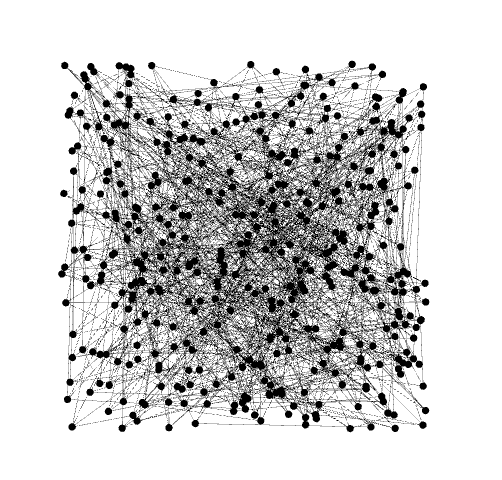
isailg/GraphLibrary keeps this Graphviz diagram as Graph Images/Malla30.png. Above is the earlier version. Its source is kept beside it as GraphViz/Malla30.gv. Its diagram source:
```dot
graph Malla30 {
0 -- 1;
0 -- 15;
1 -- 2;
1 -- 16;
2 -- 3;
2 -- 17;
3 -- 4;
3 -- 18;
4 -- 5;
4 -- 19;
5 -- 6;
5 -- 20;
6 -- 7;
6 -- 21;
7 -- 8;
7 -- 22;
8 -- 9;
8 -- 23;
9 -- 10;
9 -- 24;
10 -- 11;
10 -- 25;
11 -- 12;
11 -- 26;
12 -- 13;
12 -- 27;
13 -- 14;
13 -- 28;
14 -- 29;
15 -- 16;
15 -- 30;
16 -- 17;
16 -- 31;
17 -- 18;
17 -- 32;
18 -- 19;
18 -- 33;
19 -- 20;
19 -- 34;
20 -- 21;
20 -- 35;
21 -- 22;
21 -- 36;
22 -- 23;
22 -- 37;
23 -- 24;
23 -- 38;
24 -- 25;
24 -- 39;
25 -- 26;
25 -- 40;
26 -- 27;
26 -- 41;
27 -- 28;
27 -- 42;
28 -- 29;
28 -- 43;
29 -- 44;
30 -- 31;
30 -- 45;
31 -- 32;
31 -- 46;
32 -- 33;
32 -- 47;
33 -- 34;
33 -- 48;
34 -- 35;
34 -- 49;
35 -- 36;
35 -- 50;
36 -- 37;
36 -- 51;
37 -- 38;
37 -- 52;
38 -- 39;
38 -- 53;
39 -- 40;
39 -- 54;
40 -- 41;
40 -- 55;
41 -- 42;
41 -- 56;
42 -- 43;
42 -- 57;
43 -- 44;
43 -- 58;
44 -- 59;
45 -- 46;
45 -- 60;
46 -- 47;
46 -- 61;
47 -- 48;
47 -- 62;
48 -- 49;
48 -- 63;
49 -- 50;
49 -- 64;
50 -- 51;
50 -- 65;
51 -- 52;
51 -- 66;
52 -- 53;
52 -- 67;
53 -- 54;
53 -- 68;
54 -- 55;
54 -- 69;
55 -- 56;
55 -- 70;
56 -- 57;
56 -- 71;
57 -- 58;
57 -- 72;
58 -- 59;
58 -- 73;
59 -- 74;
60 -- 61;
60 -- 75;
61 -- 62;
61 -- 76;
62 -- 63;
62 -- 77;
63 -- 64;
63 -- 78;
64 -- 65;
64 -- 79;
65 -- 66;
65 -- 80;
66 -- 67;
66 -- 81;
67 -- 68;
67 -- 82;
68 -- 69;
68 -- 83;
69 -- 70;
69 -- 84;
70 -- 71;
70 -- 85;
71 -- 72;
71 -- 86;
72 -- 73;
72 -- 87;
73 -- 74;
73 -- 88;
74 -- 89;
75 -- 76;
75 -- 90;
76 -- 77;
76 -- 91;
77 -- 78;
77 -- 92;
78 -- 79;
78 -- 93;
79 -- 80;
79 -- 94;
80 -- 81;
80 -- 95;
81 -- 82;
81 -- 96;
82 -- 83;
82 -- 97;
83 -- 84;
83 -- 98;
84 -- 85;
84 -- 99;
85 -- 86;
85 -- 100;
86 -- 87;
86 -- 101;
87 -- 88;
87 -- 102;
88 -- 89;
88 -- 103;
89 -- 104;
90 -- 91;
90 -- 105;
91 -- 92;
91 -- 106;
92 -- 93;
92 -- 107;
93 -- 94;
93 -- 108;
94 -- 95;
94 -- 109;
95 -- 96;
95 -- 110;
96 -- 97;
96 -- 111;
97 -- 98;
97 -- 112;
98 -- 99;
98 -- 113;
99 -- 100;
99 -- 114;
100 -- 101;
100 -- 115;
101 -- 102;
101 -- 116;
102 -- 103;
102 -- 117;
103 -- 104;
103 -- 118;
104 -- 119;
105 -- 106;
105 -- 120;
106 -- 107;
106 -- 121;
107 -- 108;
107 -- 122;
108 -- 109;
108 -- 123;
109 -- 110;
109 -- 124;
110 -- 111;
110 -- 125;
111 -- 112;
111 -- 126;
112 -- 113;
112 -- 127;
113 -- 114;
113 -- 128;
114 -- 115;
114 -- 129;
115 -- 116;
115 -- 130;
116 -- 117;
116 -- 131;
117 -- 118;
117 -- 132;
118 -- 119;
118 -- 133;
119 -- 134;
120 -- 121;
120 -- 135;
121 -- 122;
121 -- 136;
122 -- 123;
122 -- 137;
123 -- 124;
123 -- 138;
124 -- 125;
124 -- 139;
125 -- 126;
125 -- 140;
126 -- 127;
126 -- 141;
127 -- 128;
127 -- 142;
128 -- 129;
128 -- 143;
129 -- 130;
129 -- 144;
130 -- 131;
130 -- 145;
131 -- 132;
131 -- 146;
132 -- 133;
132 -- 147;
133 -- 134;
133 -- 148;
134 -- 149;
135 -- 136;
135 -- 150;
136 -- 137;
136 -- 151;
137 -- 138;
137 -- 152;
138 -- 139;
138 -- 153;
139 -- 140;
139 -- 154;
140 -- 141;
140 -- 155;
141 -- 142;
141 -- 156;
142 -- 143;
142 -- 157;
143 -- 144;
143 -- 158;
144 -- 145;
144 -- 159;
145 -- 146;
145 -- 160;
146 -- 147;
146 -- 161;
147 -- 148;
147 -- 162;
148 -- 149;
148 -- 163;
149 -- 164;
150 -- 151;
150 -- 165;
151 -- 152;
151 -- 166;
152 -- 153;
152 -- 167;
153 -- 154;
153 -- 168;
154 -- 155;
154 -- 169;
155 -- 156;
155 -- 170;
156 -- 157;
156 -- 171;
157 -- 158;
157 -- 172;
158 -- 159;
158 -- 173;
159 -- 160;
159 -- 174;
160 -- 161;
160 -- 175;
161 -- 162;
161 -- 176;
162 -- 163;
162 -- 177;
163 -- 164;
163 -- 178;
164 -- 179;
165 -- 166;
165 -- 180;
166 -- 167;
166 -- 181;
167 -- 168;
167 -- 182;
168 -- 169;
168 -- 183;
169 -- 170;
169 -- 184;
170 -- 171;
170 -- 185;
171 -- 172;
171 -- 186;
172 -- 173;
172 -- 187;
173 -- 174;
173 -- 188;
174 -- 175;
174 -- 189;
175 -- 176;
175 -- 190;
176 -- 177;
176 -- 191;
177 -- 178;
177 -- 192;
178 -- 179;
178 -- 193;
179 -- 194;
180 -- 181;
180 -- 195;
181 -- 182;
181 -- 196;
182 -- 183;
182 -- 197;
183 -- 184;
183 -- 198;
184 -- 185;
184 -- 199;
185 -- 186;
185 -- 200;
186 -- 187;
186 -- 201;
187 -- 188;
187 -- 202;
188 -- 189;
188 -- 203;
189 -- 190;
189 -- 204;
190 -- 191;
190 -- 205;
191 -- 192;
191 -- 206;
192 -- 193;
192 -- 207;
193 -- 194;
193 -- 208;
194 -- 209;
195 -- 196;
195 -- 210;
196 -- 197;
196 -- 211;
197 -- 198;
197 -- 212;
198 -- 199;
198 -- 213;
199 -- 200;
199 -- 214;
200 -- 201;
200 -- 215;
201 -- 202;
201 -- 216;
202 -- 203;
202 -- 217;
203 -- 204;
203 -- 218;
204 -- 205;
204 -- 219;
205 -- 206;
205 -- 220;
206 -- 207;
206 -- 221;
207 -- 208;
207 -- 222;
208 -- 209;
208 -- 223;
209 -- 224;
210 -- 211;
210 -- 225;
211 -- 212;
211 -- 226;
212 -- 213;
212 -- 227;
213 -- 214;
213 -- 228;
214 -- 215;
214 -- 229;
215 -- 216;
215 -- 230;
216 -- 217;
216 -- 231;
217 -- 218;
217 -- 232;
218 -- 219;
218 -- 233;
219 -- 220;
219 -- 234;
220 -- 221;
220 -- 235;
221 -- 222;
221 -- 236;
222 -- 223;
222 -- 237;
223 -- 224;
223 -- 238;
224 -- 239;
225 -- 226;
225 -- 240;
226 -- 227;
226 -- 241;
227 -- 228;
227 -- 242;
228 -- 229;
228 -- 243;
229 -- 230;
229 -- 244;
230 -- 231;
230 -- 245;
231 -- 232;
231 -- 246;
232 -- 233;
232 -- 247;
233 -- 234;
233 -- 248;
234 -- 235;
234 -- 249;
235 -- 236;
235 -- 250;
236 -- 237;
236 -- 251;
237 -- 238;
237 -- 252;
238 -- 239;
238 -- 253;
239 -- 254;
240 -- 241;
240 -- 255;
241 -- 242;
241 -- 256;
242 -- 243;
242 -- 257;
243 -- 244;
243 -- 258;
244 -- 245;
244 -- 259;
245 -- 246;
245 -- 260;
246 -- 247;
246 -- 261;
247 -- 248;
247 -- 262;
248 -- 249;
248 -- 263;
249 -- 250;
249 -- 264;
250 -- 251;
250 -- 265;
251 -- 252;
251 -- 266;
252 -- 253;
252 -- 267;
253 -- 254;
253 -- 268;
254 -- 269;
255 -- 256;
255 -- 270;
256 -- 257;
256 -- 271;
257 -- 258;
257 -- 272;
258 -- 259;
258 -- 273;
259 -- 260;
259 -- 274;
260 -- 261;
260 -- 275;
261 -- 262;
261 -- 276;
262 -- 263;
262 -- 277;
263 -- 264;
263 -- 278;
264 -- 265;
264 -- 279;
265 -- 266;
265 -- 280;
266 -- 267;
266 -- 281;
267 -- 268;
267 -- 282;
268 -- 269;
268 -- 283;
269 -- 284;
270 -- 271;
270 -- 285;
271 -- 272;
271 -- 286;
272 -- 273;
272 -- 287;
273 -- 274;
273 -- 288;
274 -- 275;
274 -- 289;
275 -- 276;
275 -- 290;
276 -- 277;
276 -- 291;
277 -- 278;
277 -- 292;
278 -- 279;
278 -- 293;
279 -- 280;
279 -- 294;
280 -- 281;
280 -- 295;
281 -- 282;
281 -- 296;
282 -- 283;
282 -- 297;
283 -- 284;
283 -- 298;
284 -- 299;
285 -- 286;
285 -- 300;
286 -- 287;
286 -- 301;
287 -- 288;
287 -- 302;
288 -- 289;
288 -- 303;
289 -- 290;
289 -- 304;
290 -- 291;
290 -- 305;
291 -- 292;
291 -- 306;
292 -- 293;
292 -- 307;
293 -- 294;
293 -- 308;
294 -- 295;
294 -- 309;
295 -- 296;
295 -- 310;
296 -- 297;
296 -- 311;
297 -- 298;
297 -- 312;
298 -- 299;
298 -- 313;
299 -- 314;
300 -- 301;
300 -- 315;
301 -- 302;
301 -- 316;
302 -- 303;
302 -- 317;
303 -- 304;
303 -- 318;
304 -- 305;
304 -- 319;
305 -- 306;
305 -- 320;
306 -- 307;
306 -- 321;
307 -- 308;
307 -- 322;
308 -- 309;
308 -- 323;
309 -- 310;
309 -- 324;
310 -- 311;
310 -- 325;
311 -- 312;
311 -- 326;
312 -- 313;
312 -- 327;
313 -- 314;
313 -- 328;
314 -- 329;
315 -- 316;
315 -- 330;
316 -- 317;
316 -- 331;
317 -- 318;
317 -- 332;
318 -- 319;
318 -- 333;
319 -- 320;
319 -- 334;
320 -- 321;
320 -- 335;
321 -- 322;
321 -- 336;
322 -- 323;
322 -- 337;
323 -- 324;
323 -- 338;
324 -- 325;
324 -- 339;
325 -- 326;
325 -- 340;
326 -- 327;
326 -- 341;
327 -- 328;
327 -- 342;
328 -- 329;
328 -- 343;
329 -- 344;
330 -- 331;
330 -- 345;
331 -- 332;
331 -- 346;
332 -- 333;
332 -- 347;
333 -- 334;
333 -- 348;
334 -- 335;
334 -- 349;
335 -- 336;
335 -- 350;
336 -- 337;
336 -- 351;
337 -- 338;
337 -- 352;
338 -- 339;
338 -- 353;
339 -- 340;
339 -- 354;
340 -- 341;
340 -- 355;
341 -- 342;
341 -- 356;
342 -- 343;
342 -- 357;
343 -- 344;
343 -- 358;
344 -- 359;
345 -- 346;
345 -- 360;
346 -- 347;
346 -- 361;
347 -- 348;
347 -- 362;
348 -- 349;
348 -- 363;
349 -- 350;
349 -- 364;
350 -- 351;
350 -- 365;
351 -- 352;
351 -- 366;
352 -- 353;
352 -- 367;
353 -- 354;
353 -- 368;
354 -- 355;
354 -- 369;
355 -- 356;
355 -- 370;
356 -- 357;
356 -- 371;
357 -- 358;
357 -- 372;
358 -- 359;
358 -- 373;
359 -- 374;
360 -- 361;
360 -- 375;
361 -- 362;
361 -- 376;
362 -- 363;
362 -- 377;
363 -- 364;
363 -- 378;
364 -- 365;
364 -- 379;
365 -- 366;
365 -- 380;
366 -- 367;
366 -- 381;
367 -- 368;
367 -- 382;
368 -- 369;
368 -- 383;
369 -- 370;
369 -- 384;
370 -- 371;
370 -- 385;
371 -- 372;
371 -- 386;
372 -- 373;
372 -- 387;
373 -- 374;
373 -- 388;
374 -- 389;
375 -- 376;
375 -- 390;
376 -- 377;
376 -- 391;
377 -- 378;
377 -- 392;
378 -- 379;
378 -- 393;
379 -- 380;
379 -- 394;
380 -- 381;
380 -- 395;
381 -- 382;
381 -- 396;
382 -- 383;
382 -- 397;
383 -- 384;
383 -- 398;
384 -- 385;
384 -- 399;
385 -- 386;
385 -- 400;
386 -- 387;
386 -- 401;
387 -- 388;
387 -- 402;
388 -- 389;
388 -- 403;
389 -- 404;
390 -- 391;
390 -- 405;
391 -- 392;
391 -- 406;
392 -- 393;
392 -- 407;
393 -- 394;
393 -- 408;
394 -- 395;
394 -- 409;
395 -- 396;
395 -- 410;
396 -- 397;
396 -- 411;
397 -- 398;
397 -- 412;
398 -- 399;
398 -- 413;
399 -- 400;
399 -- 414;
400 -- 401;
400 -- 415;
401 -- 402;
401 -- 416;
402 -- 403;
402 -- 417;
403 -- 404;
403 -- 418;
404 -- 419;
405 -- 406;
405 -- 420;
406 -- 407;
406 -- 421;
407 -- 408;
407 -- 422;
408 -- 409;
408 -- 423;
409 -- 410;
409 -- 424;
410 -- 411;
410 -- 425;
411 -- 412;
411 -- 426;
412 -- 413;
412 -- 427;
413 -- 414;
413 -- 428;
414 -- 415;
414 -- 429;
415 -- 416;
415 -- 430;
416 -- 417;
416 -- 431;
417 -- 418;
417 -- 432;
418 -- 419;
418 -- 433;
419 -- 434;
420 -- 421;
420 -- 435;
421 -- 422;
421 -- 436;
422 -- 423;
422 -- 437;
423 -- 424;
423 -- 438;
424 -- 425;
424 -- 439;
425 -- 426;
425 -- 440;
426 -- 427;
426 -- 441;
427 -- 428;
427 -- 442;
428 -- 429;
428 -- 443;
429 -- 430;
429 -- 444;
430 -- 431;
430 -- 445;
431 -- 432;
431 -- 446;
432 -- 433;
432 -- 447;
433 -- 434;
433 -- 448;
434 -- 449;
435 -- 436;
436 -- 437;
437 -- 438;
438 -- 439;
439 -- 440;
440 -- 441;
441 -- 442;
442 -- 443;
443 -- 444;
444 -- 445;
445 -- 446;
446 -- 447;
447 -- 448;
448 -- 449;
}
```
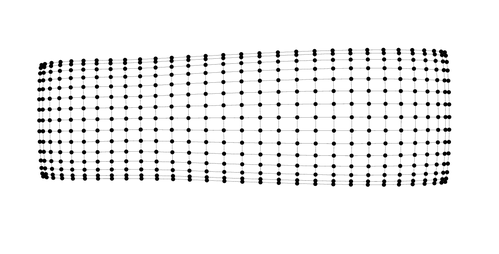
The same file after the commit.

Change to the diagram source:
```diff
@@ -1,4 +1,4 @@
-graph Malla30 {
+graph GeneratedGraphs(.gv)/Malla30 {
 0 -- 1;
 0 -- 15;
 1 -- 2;
```
